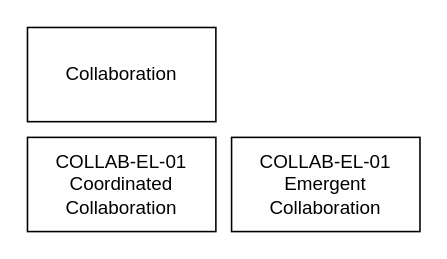
Above: ontology/vNext/core-extension/collaboration/diagrams/COLLABORATION-L1-STRUCTURE.drawio in perryjmcleod/repac-ontology (draw.io), before the change. Source tidied: cells renumbered, new cells numbered last; positions are measured from the earlier drawing's top-left corner, leaving out a move shared by most shapes. Both pictures are drawn from the tidied source at 157%, with x=0, y=0 at pixel (27, 27).
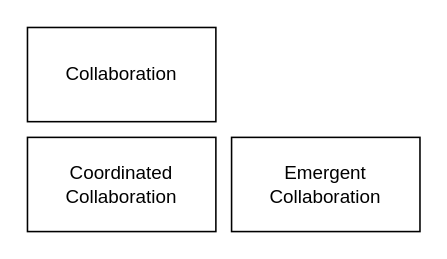
After the change.

Diff of the diagram source:
```diff
@@
 <mxGraphModel>
   <root>
     <mxCell id="0" />
     <mxCell id="1" parent="0" />
     <mxCell id="2" value="Collaboration" style="rounded=0;whiteSpace=wrap;html=1;" parent="1" vertex="1">
       <mxGeometry width="120" height="60" as="geometry" />
     </mxCell>
-    <mxCell id="3" value="&lt;div&gt;COLLAB-EL-01&lt;/div&gt;Coordinated Collaboration" style="rounded=0;whiteSpace=wrap;html=1;" parent="1" vertex="1">
+    <mxCell id="3" value="Coordinated Collaboration" style="rounded=0;whiteSpace=wrap;html=1;" parent="1" vertex="1">
       <mxGeometry y="70" width="120" height="60" as="geometry" />
     </mxCell>
-    <mxCell id="4" value="COLLAB-EL-01&lt;div&gt;Emergent Collaboration&lt;/div&gt;" style="rounded=0;whiteSpace=wrap;html=1;" parent="1" vertex="1">
+    <mxCell id="4" value="Emergent Collaboration" style="rounded=0;whiteSpace=wrap;html=1;" parent="1" vertex="1">
       <mxGeometry x="130" y="70" width="120" height="60" as="geometry" />
     </mxCell>
   </root>
 </mxGraphModel>
```
